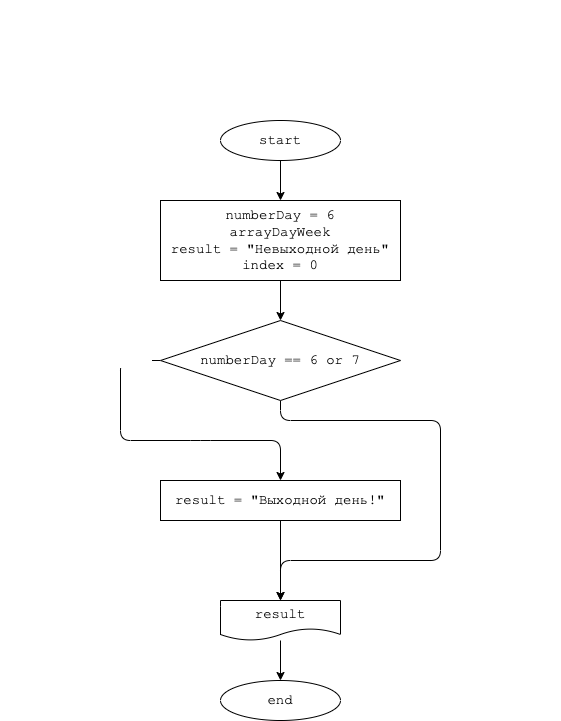
Namcorp1/tasksOnCSharp keeps this draw.io diagram as cSharp_hw02/task_15/diagram.drawio.png. Above is the earlier version. Source tidied: cells renumbered, new cells last; positions are measured from the earlier drawing's top-left corner, leaving out a move shared by most shapes.
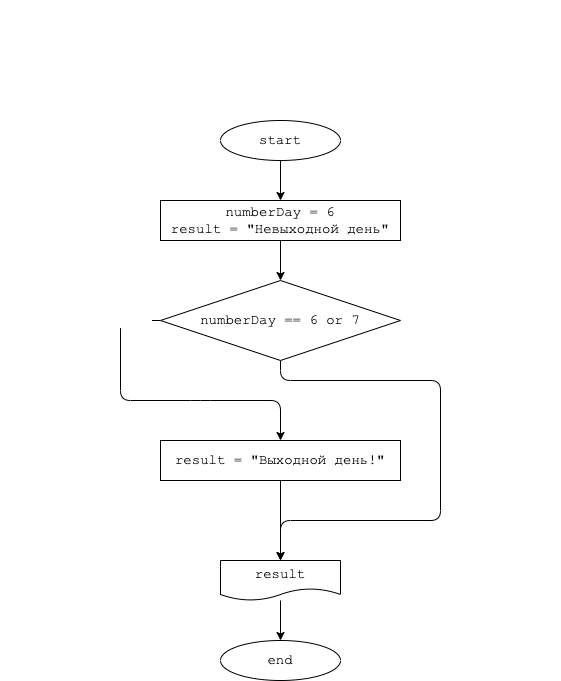
After the commit.

Commit message:
Add solution for task 15 on C# and correct diagram

Diff of the diagram source:
```diff
@@ -6,16 +6,16 @@
       <mxGeometry relative="1" as="geometry" />
     </mxCell>
     <mxCell id="3" value="start" style="ellipse;whiteSpace=wrap;html=1;fontSize=14;fontFamily=Courier New;" parent="1" vertex="1">
-      <mxGeometry x="220" y="120" width="120" height="40" as="geometry" />
+      <mxGeometry x="220" y="160" width="120" height="40" as="geometry" />
     </mxCell>
     <mxCell id="4" value="&lt;p style=&quot;box-sizing: border-box ; margin: 0px ; font-weight: normal ; font-family: &amp;#34;roboto&amp;#34; , &amp;#34;san francisco&amp;#34; , &amp;#34;helvetica neue&amp;#34; , &amp;#34;helvetica&amp;#34; , &amp;#34;arial&amp;#34; ; font-size: 15px ; font-style: normal ; letter-spacing: normal ; text-indent: 0px ; text-transform: none ; word-spacing: 0px ; text-decoration: none&quot;&gt;&lt;font color=&quot;#ffffff&quot;&gt;&lt;strong style=&quot;box-sizing: border-box ; font-weight: 700&quot;&gt;Задача 15:&lt;/strong&gt;&lt;span class=&quot;Apple-converted-space&quot;&gt;&amp;nbsp;&lt;/span&gt;Напишите метод, который принимает на вход цифру, обозначающую день недели, и проверяет, является ли этот день выходным.&lt;/font&gt;&lt;/p&gt;&lt;p style=&quot;box-sizing: border-box ; margin: 0px ; font-weight: normal ; font-family: &amp;#34;roboto&amp;#34; , &amp;#34;san francisco&amp;#34; , &amp;#34;helvetica neue&amp;#34; , &amp;#34;helvetica&amp;#34; , &amp;#34;arial&amp;#34; ; font-size: 15px ; font-style: normal ; letter-spacing: normal ; text-indent: 0px ; text-transform: none ; word-spacing: 0px ; text-decoration: none&quot;&gt;&lt;font color=&quot;#ffffff&quot;&gt;6 -&amp;gt; да&lt;br style=&quot;box-sizing: border-box&quot;&gt;7 -&amp;gt; да&lt;br style=&quot;box-sizing: border-box&quot;&gt;1 -&amp;gt; нет&lt;/font&gt;&lt;/p&gt;" style="text;whiteSpace=wrap;html=1;" parent="1" vertex="1">
-      <mxGeometry width="560" height="120" as="geometry" />
+      <mxGeometry y="40" width="560" height="120" as="geometry" />
     </mxCell>
     <mxCell id="5" style="edgeStyle=none;html=1;fontFamily=Courier New;fontSize=14;fontColor=#FFFFFF;" parent="1" edge="1" source="6" target="10">
       <mxGeometry relative="1" as="geometry" />
     </mxCell>
-    <mxCell id="6" value="numberDay = 6&lt;br&gt;arrayDayWeek&lt;br&gt;result = &quot;Невыходной день&quot;&lt;br&gt;index = 0" style="whiteSpace=wrap;html=1;fontSize=14;fontFamily=Courier New;" parent="1" vertex="1">
-      <mxGeometry x="160" y="200" width="240" height="80" as="geometry" />
+    <mxCell id="6" value="numberDay = 6&lt;br&gt;result = &quot;Невыходной день&quot;" style="whiteSpace=wrap;html=1;fontSize=14;fontFamily=Courier New;" parent="1" vertex="1">
+      <mxGeometry x="160" y="240" width="240" height="40" as="geometry" />
     </mxCell>
     <mxCell id="7" style="edgeStyle=none;html=1;fontFamily=Courier New;fontSize=14;fontColor=#FFFFFF;exitX=0;exitY=0.5;exitDx=0;exitDy=0;entryX=0.5;entryY=0;entryDx=0;entryDy=0;" parent="1" edge="1" source="10" target="12">
       <mxGeometry relative="1" as="geometry">
```
